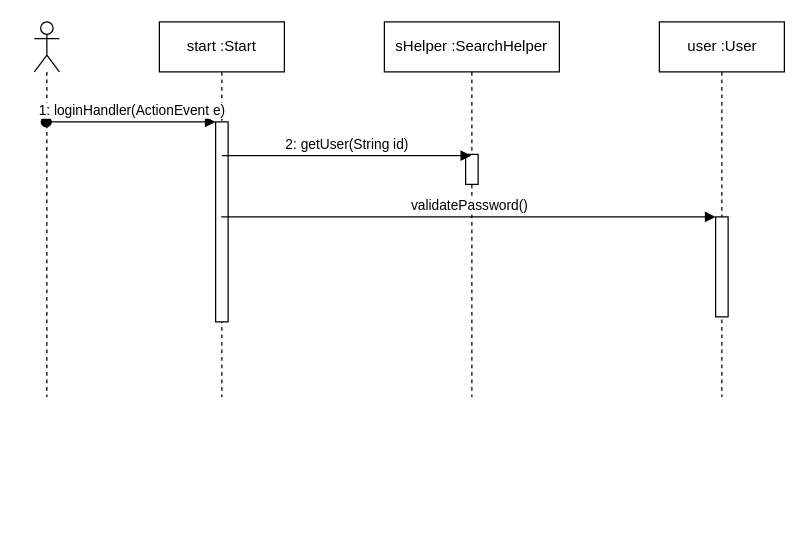
Earlier version of the draw.io diagram Login Sequence Diagram.drawio (megaunknown/UML). Source tidied: cells renumbered, new cells numbered last; positions are measured from the earlier drawing's top-left corner, leaving out a move shared by most shapes. Both pictures are drawn from the tidied source at 125%, with x=0, y=0 at pixel (34, 21).
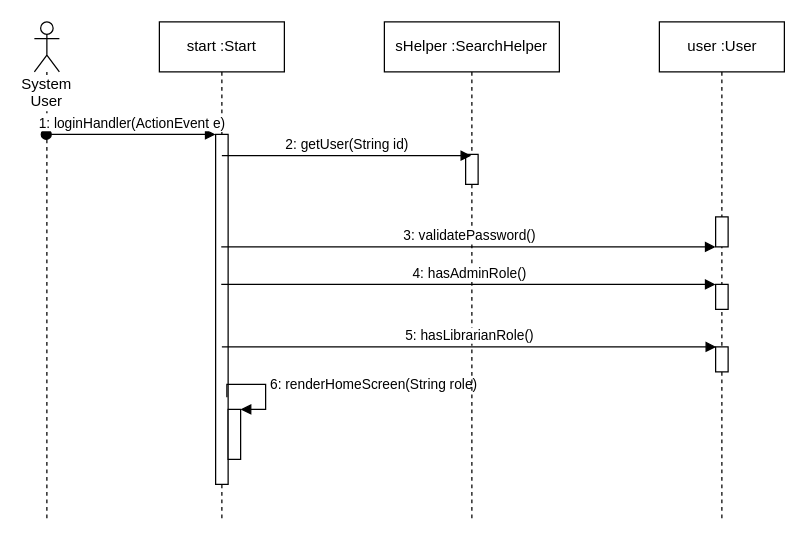
The same page after the edit.

Change to the diagram source:
```diff
@@
-    <mxCell id="2" style="shape=umlLifeline;participant=umlActor;perimeter=lifelinePerimeter;whiteSpace=wrap;html=1;verticalAlign=top;spacingTop=36;labelBackgroundColor=#ffffff;outlineConnect=0;" parent="1" vertex="1">
-      <mxGeometry width="20" height="300" as="geometry" />
+    <mxCell id="2" value="System User" style="shape=umlLifeline;participant=umlActor;perimeter=lifelinePerimeter;whiteSpace=wrap;html=1;verticalAlign=top;spacingTop=36;labelBackgroundColor=#ffffff;outlineConnect=0;" parent="1" vertex="1">
+      <mxGeometry width="20" height="400" as="geometry" />
     </mxCell>
     <mxCell id="3" value="start :Start" style="shape=umlLifeline;perimeter=lifelinePerimeter;whiteSpace=wrap;html=1;outlineConnect=0;" parent="1" vertex="1">
-      <mxGeometry x="100" width="100" height="300" as="geometry" />
+      <mxGeometry x="100" width="100" height="400" as="geometry" />
     </mxCell>
     <mxCell id="4" style="html=1;points=[];perimeter=orthogonalPerimeter;" parent="3" vertex="1">
-      <mxGeometry x="45" y="80" width="10" height="160" as="geometry" />
+      <mxGeometry x="45" y="90" width="10" height="280" as="geometry" />
     </mxCell>
+    <mxCell id="12" style="html=1;points=[];perimeter=orthogonalPerimeter;" parent="3" vertex="1">
+      <mxGeometry x="55" y="310" width="10" height="40" as="geometry" />
+    </mxCell>
+    <mxCell id="13" value="6: renderHomeScreen(String role)" style="edgeStyle=orthogonalEdgeStyle;html=1;align=left;spacingLeft=2;endArrow=block;rounded=0;entryX=1;entryY=0;exitX=0.9;exitY=0.751;exitDx=0;exitDy=0;exitPerimeter=0;" parent="3" edge="1" source="4" target="12">
+      <mxGeometry relative="1" as="geometry">
+        <Array as="points">
+          <mxPoint x="85" y="290" />
+          <mxPoint x="85" y="310" />
+        </Array>
+      </mxGeometry>
+    </mxCell>
     <mxCell id="5" value="sHelper :SearchHelper&lt;br&gt;" style="shape=umlLifeline;perimeter=lifelinePerimeter;whiteSpace=wrap;html=1;outlineConnect=0;" parent="1" vertex="1">
-      <mxGeometry x="280" width="140" height="300" as="geometry" />
+      <mxGeometry x="280" width="140" height="400" as="geometry" />
     </mxCell>
@@
     <mxCell id="7" value="1: loginHandler(ActionEvent e)" style="html=1;verticalAlign=bottom;startArrow=oval;endArrow=block;startSize=8;" parent="1" edge="1" source="2" target="4">
       <mxGeometry relative="1" as="geometry">
         <Array as="points">
-          <mxPoint x="70" y="80" />
+          <mxPoint x="60" y="90" />
         </Array>
       </mxGeometry>
     </mxCell>
@@
     <mxCell id="9" value="user :User" style="html=1;perimeter=orthogonalPerimeter;shape=umlLifeline;participant=label;fontFamily=Helvetica;fontSize=12;fontColor=#000000;align=center;strokeColor=#000000;fillColor=#ffffff;" parent="1" vertex="1">
-      <mxGeometry x="500" width="100" height="300" as="geometry" />
+      <mxGeometry x="500" width="100" height="400" as="geometry" />
     </mxCell>
     <mxCell id="10" style="html=1;points=[];perimeter=orthogonalPerimeter;" parent="9" vertex="1">
-      <mxGeometry x="45" y="156" width="10" height="80" as="geometry" />
+      <mxGeometry x="45" y="156" width="10" height="24" as="geometry" />
     </mxCell>
+    <mxCell id="14" style="html=1;points=[];perimeter=orthogonalPerimeter;" parent="9" vertex="1">
+      <mxGeometry x="45" y="210" width="10" height="20" as="geometry" />
+    </mxCell>
+    <mxCell id="15" style="html=1;perimeter=orthogonalPerimeter;" parent="9" vertex="1">
+      <mxGeometry x="45" y="260" width="10" height="20" as="geometry" />
+    </mxCell>
-    <mxCell id="11" value="validatePassword()" style="html=1;verticalAlign=bottom;endArrow=block;" parent="1" edge="1" source="3" target="10">
+    <mxCell id="11" value="3: validatePassword()" style="html=1;verticalAlign=bottom;endArrow=block;" parent="1" edge="1" source="3" target="10">
       <mxGeometry relative="1" as="geometry" />
     </mxCell>
+    <mxCell id="16" value="4: hasAdminRole()" style="html=1;verticalAlign=bottom;endArrow=block;" parent="1" edge="1" source="3" target="14">
+      <mxGeometry relative="1" as="geometry" />
+    </mxCell>
+    <mxCell id="17" value="5:&amp;nbsp;hasLibrarianRole()" style="html=1;verticalAlign=bottom;endArrow=block;" parent="1" edge="1">
+      <mxGeometry relative="1" as="geometry">
+        <mxPoint x="150" y="260" as="sourcePoint" />
+        <mxPoint x="545.5" y="260" as="targetPoint" />
+      </mxGeometry>
+    </mxCell>
```
